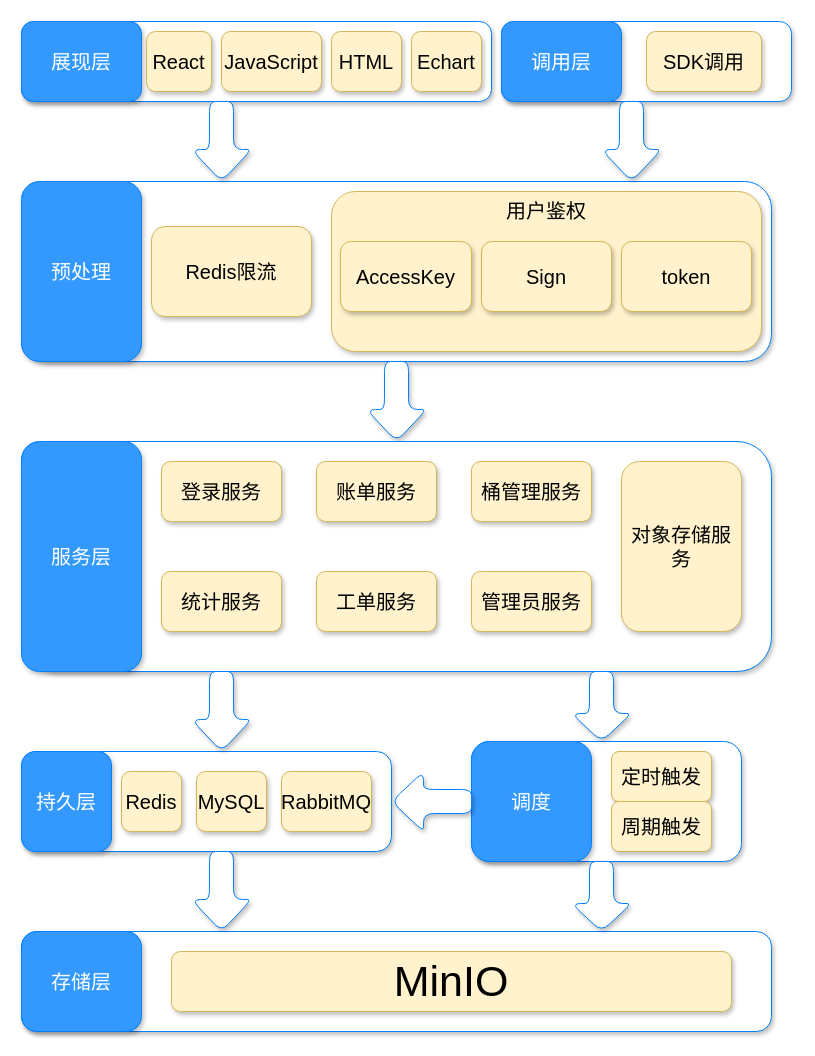
The draw.io diagram draw/对象存储平台架构图.drawio in gyyst/img, before the edit. Source tidied: cells renumbered, new cells numbered last; positions are measured from the earlier drawing's top-left corner, leaving out a move shared by most shapes. Both pictures are drawn from the tidied source at 100%, with x=0, y=0 at pixel (21, 21).
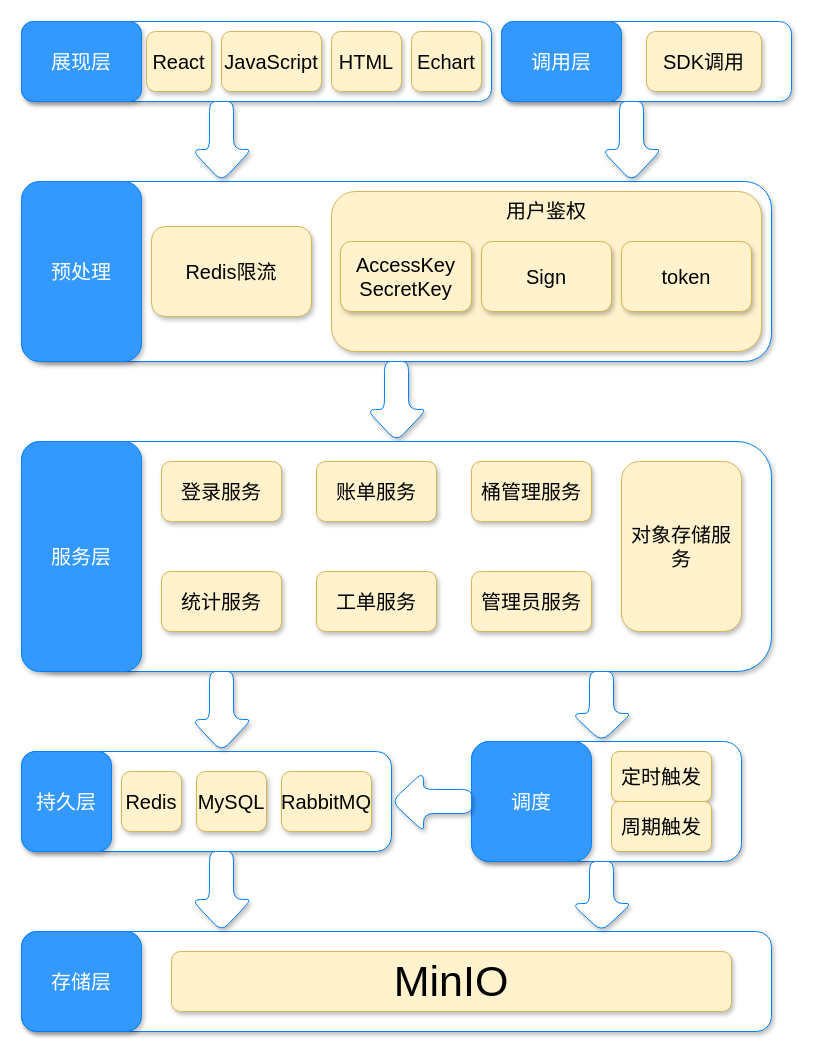
After the change.

Commit message:
更新对象存储平台架构图.drawio

What changed in the source:
```diff
@@
-    <mxCell id="12" value="AccessKey" style="rounded=1;whiteSpace=wrap;html=1;shadow=1;sketch=0;strokeColor=#d6b656;fontSize=20;fillColor=#fff2cc;" parent="1" vertex="1">
+    <mxCell id="12" value="AccessKey&lt;br&gt;SecretKey" style="rounded=1;whiteSpace=wrap;html=1;shadow=1;sketch=0;strokeColor=#d6b656;fontSize=20;fillColor=#fff2cc;" parent="1" vertex="1">
       <mxGeometry x="319" y="220" width="131" height="70" as="geometry" />
     </mxCell>
```
